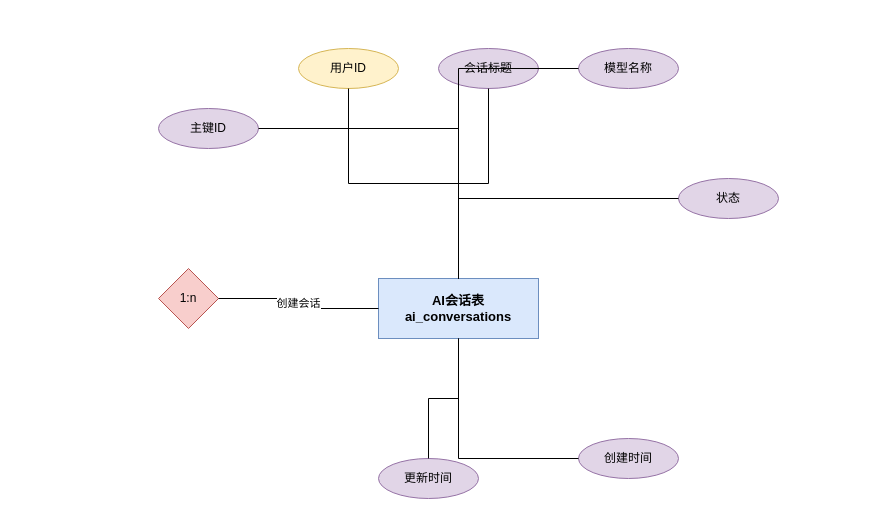
Earlier version of the draw.io diagram DOCS/architecture-diagrams/sources/AI会话表.drawio (612cs/TrailQuest). Source tidied: cells renumbered, new cells numbered last; positions are measured from the earlier drawing's top-left corner, leaving out a move shared by most shapes. Both pictures are drawn from the tidied source at 100%, with x=0, y=0 at pixel (158, 48).
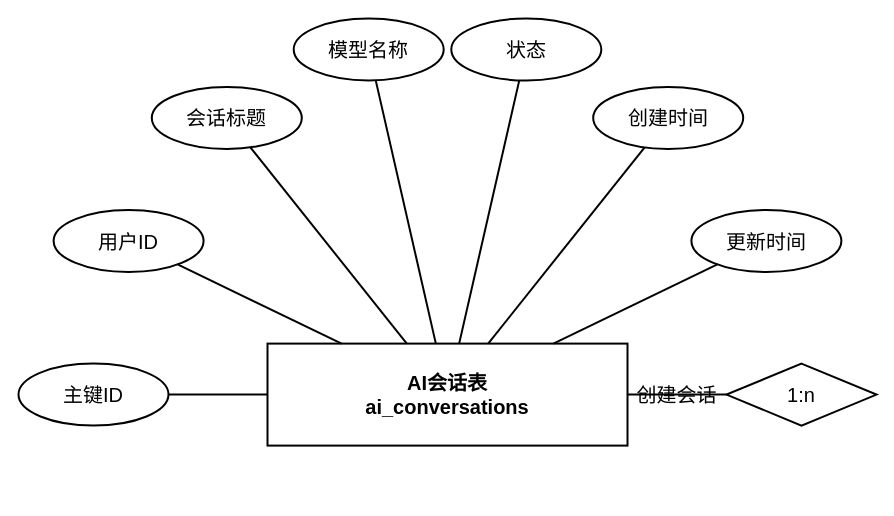
Above is the later version.

The edit, as a diff of the source:
```diff
@@
 <mxGraphModel>
   <root>
     <mxCell id="0" />
     <mxCell id="1" parent="0" />
-    <mxCell id="2" value="AI会话表&#10;ai_conversations" style="rounded=0;whiteSpace=wrap;html=1;fillColor=#dae8fc;strokeColor=#6c8ebf;fontSize=13;fontStyle=1;" parent="1" vertex="1">
-      <mxGeometry x="220" y="230" width="160" height="60" as="geometry" />
+    <mxCell id="2" value="AI会话表&#10;ai_conversations" style="rounded=0;whiteSpace=wrap;html=1;fillColor=none;strokeColor=#000000;fontSize=20;fontStyle=1;gradientColor=none;fontColor=#000000;strokeWidth=2;shadow=0;glass=0;" parent="1" vertex="1">
+      <mxGeometry x="109" y="295.1" width="360" height="102" as="geometry" />
     </mxCell>
-    <mxCell id="3" value="主键ID" style="ellipse;whiteSpace=wrap;html=1;fillColor=#e1d5e7;strokeColor=#9673a6;" parent="1" vertex="1">
-      <mxGeometry y="60" width="100" height="40" as="geometry" />
+    <mxCell id="3" value="主键ID" style="ellipse;whiteSpace=wrap;html=1;fillColor=none;strokeColor=#000000;gradientColor=none;fontColor=#000000;fontSize=20;strokeWidth=2;shadow=0;glass=0;" parent="1" vertex="1">
+      <mxGeometry x="-140" y="315.1" width="150" height="62" as="geometry" />
     </mxCell>
-    <mxCell id="4" style="edgeStyle=orthogonalEdgeStyle;rounded=0;jettySize=auto;html=1;endArrow=none;endFill=0;" parent="1" edge="1" source="3" target="2">
+    <mxCell id="4" style="rounded=0;html=1;endArrow=none;endFill=0;strokeColor=#000000;strokeWidth=2;" parent="1" edge="1" source="3" target="2">
       <mxGeometry relative="1" as="geometry" />
     </mxCell>
-    <mxCell id="5" value="用户ID" style="ellipse;whiteSpace=wrap;html=1;fillColor=#fff2cc;strokeColor=#d6b656;" parent="1" vertex="1">
-      <mxGeometry x="140" width="100" height="40" as="geometry" />
+    <mxCell id="5" value="用户ID" style="ellipse;whiteSpace=wrap;html=1;fillColor=none;strokeColor=#000000;gradientColor=none;fontColor=#000000;fontSize=20;strokeWidth=2;shadow=0;glass=0;" parent="1" vertex="1">
+      <mxGeometry x="-104.9" y="161.5" width="150" height="62" as="geometry" />
     </mxCell>
-    <mxCell id="6" style="edgeStyle=orthogonalEdgeStyle;rounded=0;jettySize=auto;html=1;endArrow=none;endFill=0;" parent="1" edge="1" source="5" target="2">
+    <mxCell id="6" style="rounded=0;html=1;endArrow=none;endFill=0;strokeColor=#000000;strokeWidth=2;" parent="1" edge="1" source="5" target="2">
       <mxGeometry relative="1" as="geometry" />
     </mxCell>
-    <mxCell id="7" value="会话标题" style="ellipse;whiteSpace=wrap;html=1;fillColor=#e1d5e7;strokeColor=#9673a6;" parent="1" vertex="1">
-      <mxGeometry x="280" width="100" height="40" as="geometry" />
+    <mxCell id="7" value="会话标题" style="ellipse;whiteSpace=wrap;html=1;fillColor=none;strokeColor=#000000;gradientColor=none;fontColor=#000000;fontSize=20;strokeWidth=2;shadow=0;glass=0;" parent="1" vertex="1">
+      <mxGeometry x="-6.7" y="38.4" width="150" height="62" as="geometry" />
     </mxCell>
-    <mxCell id="8" style="edgeStyle=orthogonalEdgeStyle;rounded=0;jettySize=auto;html=1;endArrow=none;endFill=0;" parent="1" edge="1" source="7" target="2">
+    <mxCell id="8" style="rounded=0;html=1;endArrow=none;endFill=0;strokeColor=#000000;strokeWidth=2;" parent="1" edge="1" source="7" target="2">
       <mxGeometry relative="1" as="geometry" />
     </mxCell>
-    <mxCell id="9" value="模型名称" style="ellipse;whiteSpace=wrap;html=1;fillColor=#e1d5e7;strokeColor=#9673a6;" parent="1" vertex="1">
-      <mxGeometry x="420" width="100" height="40" as="geometry" />
+    <mxCell id="9" value="模型名称" style="ellipse;whiteSpace=wrap;html=1;fillColor=none;strokeColor=#000000;gradientColor=none;fontColor=#000000;fontSize=20;strokeWidth=2;shadow=0;glass=0;" parent="1" vertex="1">
+      <mxGeometry x="135.2" y="-30" width="150" height="62" as="geometry" />
     </mxCell>
-    <mxCell id="10" style="edgeStyle=orthogonalEdgeStyle;rounded=0;jettySize=auto;html=1;endArrow=none;endFill=0;" parent="1" edge="1" source="9" target="2">
+    <mxCell id="10" style="rounded=0;html=1;endArrow=none;endFill=0;strokeColor=#000000;strokeWidth=2;" parent="1" edge="1" source="9" target="2">
       <mxGeometry relative="1" as="geometry" />
     </mxCell>
-    <mxCell id="11" value="状态" style="ellipse;whiteSpace=wrap;html=1;fillColor=#e1d5e7;strokeColor=#9673a6;" parent="1" vertex="1">
-      <mxGeometry x="520" y="130" width="100" height="40" as="geometry" />
+    <mxCell id="11" value="状态" style="ellipse;whiteSpace=wrap;html=1;fillColor=none;strokeColor=#000000;gradientColor=none;fontColor=#000000;fontSize=20;strokeWidth=2;shadow=0;glass=0;" parent="1" vertex="1">
+      <mxGeometry x="292.8" y="-30" width="150" height="62" as="geometry" />
     </mxCell>
-    <mxCell id="12" style="edgeStyle=orthogonalEdgeStyle;rounded=0;jettySize=auto;html=1;endArrow=none;endFill=0;" parent="1" edge="1" source="11" target="2">
+    <mxCell id="12" style="rounded=0;html=1;endArrow=none;endFill=0;strokeColor=#000000;strokeWidth=2;" parent="1" edge="1" source="11" target="2">
       <mxGeometry relative="1" as="geometry" />
     </mxCell>
-    <mxCell id="13" value="创建时间" style="ellipse;whiteSpace=wrap;html=1;fillColor=#e1d5e7;strokeColor=#9673a6;" parent="1" vertex="1">
-      <mxGeometry x="420" y="390" width="100" height="40" as="geometry" />
+    <mxCell id="13" value="创建时间" style="ellipse;whiteSpace=wrap;html=1;fillColor=none;strokeColor=#000000;gradientColor=none;fontColor=#000000;fontSize=20;strokeWidth=2;shadow=0;glass=0;" parent="1" vertex="1">
+      <mxGeometry x="434.7" y="38.4" width="150" height="62" as="geometry" />
     </mxCell>
-    <mxCell id="14" style="edgeStyle=orthogonalEdgeStyle;rounded=0;jettySize=auto;html=1;endArrow=none;endFill=0;" parent="1" edge="1" source="13" target="2">
+    <mxCell id="14" style="rounded=0;html=1;endArrow=none;endFill=0;strokeColor=#000000;strokeWidth=2;" parent="1" edge="1" source="13" target="2">
       <mxGeometry relative="1" as="geometry" />
     </mxCell>
-    <mxCell id="15" value="更新时间" style="ellipse;whiteSpace=wrap;html=1;fillColor=#e1d5e7;strokeColor=#9673a6;" parent="1" vertex="1">
-      <mxGeometry x="220" y="410" width="100" height="40" as="geometry" />
+    <mxCell id="15" value="更新时间" style="ellipse;whiteSpace=wrap;html=1;fillColor=none;strokeColor=#000000;gradientColor=none;fontColor=#000000;fontSize=20;strokeWidth=2;shadow=0;glass=0;" parent="1" vertex="1">
+      <mxGeometry x="532.9" y="161.5" width="150" height="62" as="geometry" />
     </mxCell>
-    <mxCell id="16" style="edgeStyle=orthogonalEdgeStyle;rounded=0;jettySize=auto;html=1;endArrow=none;endFill=0;" parent="1" edge="1" source="15" target="2">
+    <mxCell id="16" style="rounded=0;html=1;endArrow=none;endFill=0;strokeColor=#000000;strokeWidth=2;" parent="1" edge="1" source="15" target="2">
       <mxGeometry relative="1" as="geometry" />
     </mxCell>
-    <mxCell id="17" value="1:n" style="rhombus;whiteSpace=wrap;html=1;fillColor=#f8cecc;strokeColor=#b85450;fontSize=12;" parent="1" vertex="1">
-      <mxGeometry y="220" width="60" height="60" as="geometry" />
+    <mxCell id="17" value="1:n" style="rhombus;whiteSpace=wrap;html=1;fillColor=none;strokeColor=#000000;fontSize=20;gradientColor=none;fontColor=#000000;strokeWidth=2;shadow=0;glass=0;" parent="1" vertex="1">
+      <mxGeometry x="568" y="315.1" width="150" height="62" as="geometry" />
     </mxCell>
-    <mxCell id="18" value="创建会话" style="edgeStyle=orthogonalEdgeStyle;rounded=0;jettySize=auto;html=1;endArrow=none;endFill=0;fontSize=11;" parent="1" edge="1" source="17" target="2">
+    <mxCell id="18" value="创建会话" style="rounded=0;html=1;endArrow=none;endFill=0;fontSize=20;strokeColor=#000000;strokeWidth=2;fontColor=#000000;fontFamily=Arial;labelBackgroundColor=none;fillColor=none;gradientColor=none;shadow=0;" parent="1" edge="1" source="17" target="2">
       <mxGeometry relative="1" as="geometry" />
     </mxCell>
   </root>
 </mxGraphModel>
```
